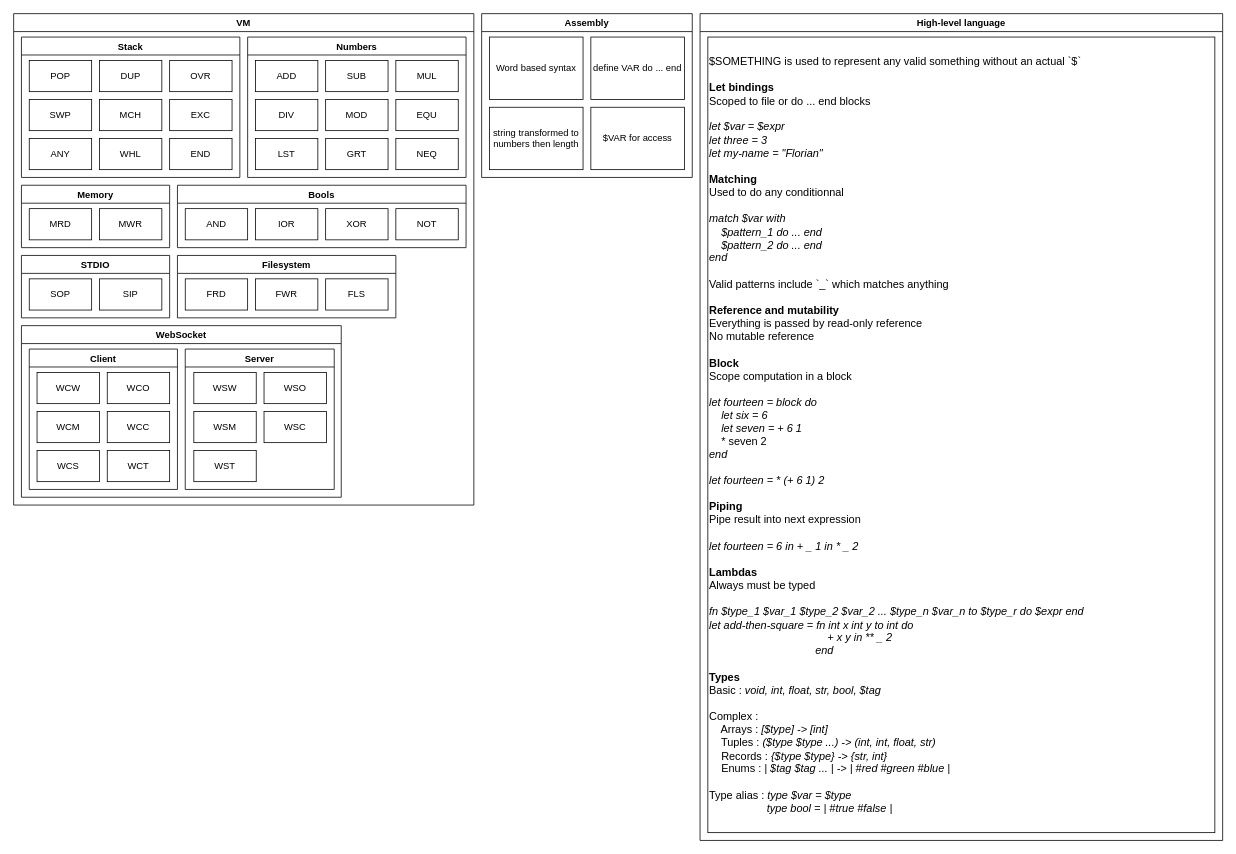
This is doc/florian-os.drawio from florianfmmartin/txa-archive, a draw.io file, before an edit. Source tidied: cells renumbered, new cells numbered last; positions are measured from the earlier drawing's top-left corner, leaving out a move shared by most shapes. Both pictures are drawn from the tidied source at 78%, with x=0, y=0 at pixel (13, 13).
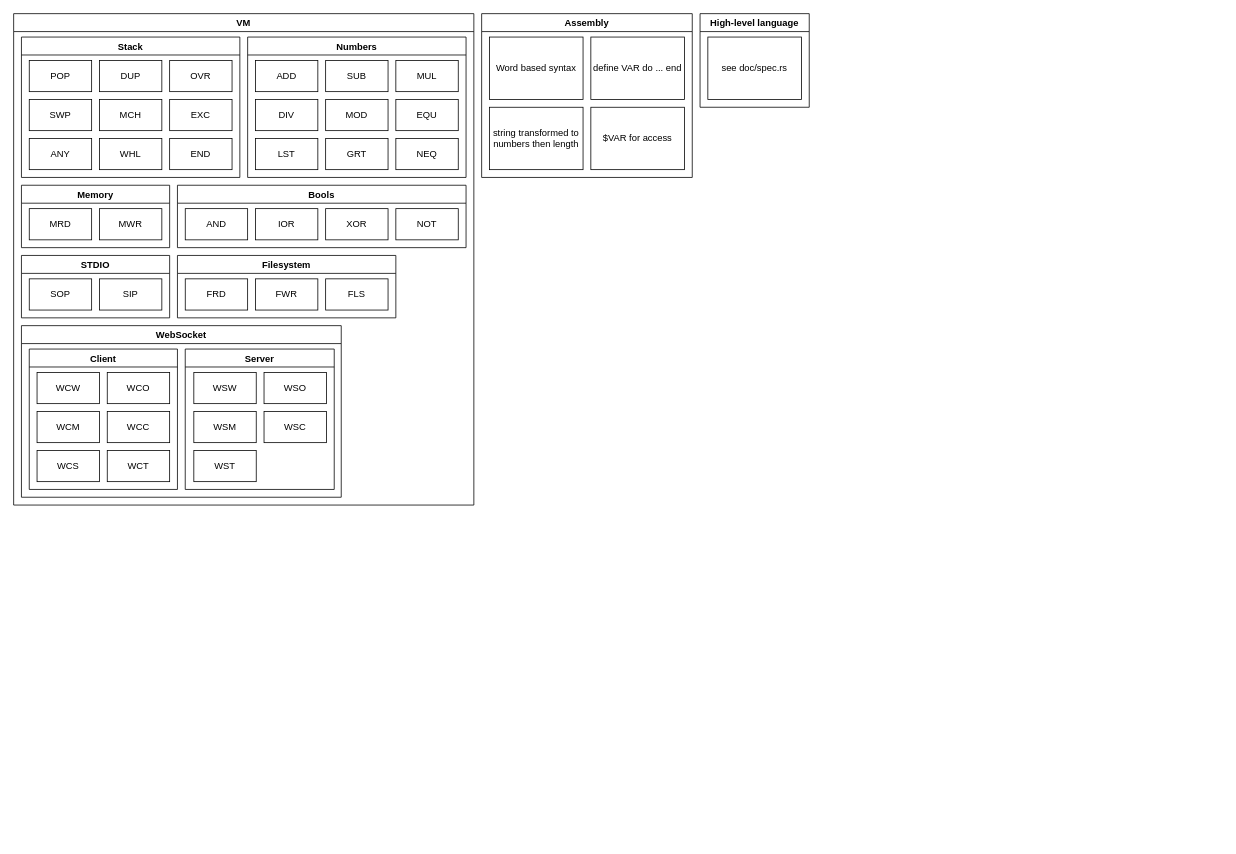
After the change.

The edit, as a diff of the source:
```diff
@@
     <mxCell id="57" value="High-level language" style="swimlane;labelBackgroundColor=none;" parent="1" vertex="1">
-      <mxGeometry x="880" width="670" height="1060" as="geometry" />
+      <mxGeometry x="880" width="140" height="120" as="geometry" />
     </mxCell>
-    <mxCell id="58" value="&lt;div align=&quot;left&quot;&gt;$SOMETHING is used to represent any valid something without an actual `$`&lt;/div&gt;&lt;div align=&quot;left&quot;&gt;&lt;br&gt;&lt;/div&gt;&lt;div align=&quot;left&quot;&gt;&lt;b&gt;Let bindings&lt;/b&gt;&lt;/div&gt;&lt;div align=&quot;left&quot;&gt;Scoped to file or do ... end blocks&lt;/div&gt;&lt;div align=&quot;left&quot;&gt;&lt;br&gt;&lt;/div&gt;&lt;div align=&quot;left&quot;&gt;&lt;i&gt;let $var = $expr&lt;/i&gt;&lt;/div&gt;&lt;div align=&quot;left&quot;&gt;&lt;i&gt;let three = 3&lt;/i&gt;&lt;/div&gt;&lt;div align=&quot;left&quot;&gt;&lt;i&gt;let my-name = &quot;Florian&quot;&lt;/i&gt;&lt;/div&gt;&lt;div align=&quot;left&quot;&gt;&lt;br&gt;&lt;/div&gt;&lt;div align=&quot;left&quot;&gt;&lt;b&gt;Matching&lt;/b&gt;&lt;/div&gt;&lt;div align=&quot;left&quot;&gt;Used to do any conditionnal&lt;/div&gt;&lt;div align=&quot;left&quot;&gt;&lt;br&gt;&lt;/div&gt;&lt;div align=&quot;left&quot;&gt;&lt;i&gt;match $var with&lt;/i&gt;&lt;/div&gt;&lt;div align=&quot;left&quot;&gt;&lt;i&gt;&amp;nbsp;&amp;nbsp;&amp;nbsp; $pattern_1 do ... end&lt;/i&gt;&lt;/div&gt;&lt;div align=&quot;left&quot;&gt;&lt;i&gt;&amp;nbsp;&amp;nbsp;&amp;nbsp; $pattern_2 do ... end&lt;/i&gt;&lt;/div&gt;&lt;div align=&quot;left&quot;&gt;&lt;i&gt;end&lt;/i&gt;&lt;/div&gt;&lt;div align=&quot;left&quot;&gt;&lt;br&gt;&lt;/div&gt;&lt;div align=&quot;left&quot;&gt;Valid patterns include `_` which matches anything&lt;/div&gt;&lt;div align=&quot;left&quot;&gt;&lt;br&gt;&lt;/div&gt;&lt;div align=&quot;left&quot;&gt;&lt;b&gt;Reference and mutability&lt;/b&gt;&lt;/div&gt;&lt;div align=&quot;left&quot;&gt;Everything is passed by read-only reference&lt;/div&gt;&lt;div align=&quot;left&quot;&gt;No mutable reference&lt;/div&gt;&lt;div align=&quot;left&quot;&gt;&lt;br&gt;&lt;/div&gt;&lt;div align=&quot;left&quot;&gt;&lt;b&gt;Block&lt;/b&gt;&lt;/div&gt;&lt;div align=&quot;left&quot;&gt;Scope computation in a block&lt;/div&gt;&lt;div align=&quot;left&quot;&gt;&lt;br&gt;&lt;/div&gt;&lt;div align=&quot;left&quot;&gt;&lt;i&gt;let fourteen = block do&lt;/i&gt;&lt;/div&gt;&lt;div align=&quot;left&quot;&gt;&lt;i&gt;&amp;nbsp;&amp;nbsp;&amp;nbsp; let six = 6&lt;/i&gt;&lt;/div&gt;&lt;div align=&quot;left&quot;&gt;&lt;i&gt;&amp;nbsp;&amp;nbsp;&amp;nbsp; let seven = + 6 1&lt;br&gt;&lt;/i&gt;&lt;/div&gt;&lt;div align=&quot;left&quot;&gt;&lt;i&gt;&amp;nbsp;&amp;nbsp;&amp;nbsp; &lt;/i&gt;* seven 2&lt;/div&gt;&lt;div align=&quot;left&quot;&gt;&lt;i&gt;end&lt;/i&gt;&lt;/div&gt;&lt;div align=&quot;left&quot;&gt;&lt;br&gt;&lt;/div&gt;&lt;div align=&quot;left&quot;&gt;&lt;i&gt;let fourteen = * (+ 6 1) 2&lt;/i&gt;&lt;/div&gt;&lt;div align=&quot;left&quot;&gt;&lt;br&gt;&lt;/div&gt;&lt;div align=&quot;left&quot;&gt;&lt;b&gt;Piping&lt;/b&gt;&lt;/div&gt;&lt;div align=&quot;left&quot;&gt;Pipe result into next expression&lt;/div&gt;&lt;div align=&quot;left&quot;&gt;&lt;br&gt;&lt;/div&gt;&lt;div align=&quot;left&quot;&gt;&lt;i&gt;let fourteen = 6 in + _ 1 in * _ 2&lt;/i&gt;&lt;br&gt; &lt;/div&gt;&lt;div align=&quot;left&quot;&gt;&lt;br&gt;&lt;/div&gt;&lt;div align=&quot;left&quot;&gt;&lt;b&gt;Lambdas&lt;/b&gt;&lt;/div&gt;&lt;div align=&quot;left&quot;&gt;Always must be typed&lt;/div&gt;&lt;div align=&quot;left&quot;&gt;&lt;br&gt;&lt;/div&gt;&lt;div align=&quot;left&quot;&gt;&lt;i&gt;fn $type_1 $var_1 $type_2 $var_2 ... $type_n $var_n to $type_r do $expr end&lt;/i&gt;&lt;/div&gt;&lt;div align=&quot;left&quot;&gt;&lt;i&gt;let add-then-square = fn int x int y to int do&lt;/i&gt;&lt;/div&gt;&lt;div align=&quot;left&quot;&gt;&lt;i&gt;&amp;nbsp;&amp;nbsp; &amp;nbsp;&amp;nbsp;&amp;nbsp;&amp;nbsp;&amp;nbsp;&amp;nbsp;&amp;nbsp;&amp;nbsp;&amp;nbsp;&amp;nbsp;&amp;nbsp;&amp;nbsp;&amp;nbsp;&amp;nbsp;&amp;nbsp;&amp;nbsp;&amp;nbsp;&amp;nbsp;&amp;nbsp;&amp;nbsp;&amp;nbsp;&amp;nbsp;&amp;nbsp;&amp;nbsp;&amp;nbsp;&amp;nbsp;&amp;nbsp;&amp;nbsp;&amp;nbsp;&amp;nbsp;&amp;nbsp;&amp;nbsp;&amp;nbsp;&amp;nbsp;&amp;nbsp; + x y in ** _ 2&lt;/i&gt;&lt;/div&gt;&lt;div align=&quot;left&quot;&gt;&lt;i&gt;&amp;nbsp;&amp;nbsp;&amp;nbsp;&amp;nbsp;&amp;nbsp;&amp;nbsp;&amp;nbsp;&amp;nbsp;&amp;nbsp;&amp;nbsp;&amp;nbsp;&amp;nbsp;&amp;nbsp;&amp;nbsp;&amp;nbsp;&amp;nbsp;&amp;nbsp;&amp;nbsp;&amp;nbsp;&amp;nbsp;&amp;nbsp;&amp;nbsp;&amp;nbsp;&amp;nbsp;&amp;nbsp;&amp;nbsp;&amp;nbsp;&amp;nbsp;&amp;nbsp;&amp;nbsp;&amp;nbsp;&amp;nbsp;&amp;nbsp;&amp;nbsp; end&lt;br&gt;&lt;/i&gt;&lt;/div&gt;&lt;div align=&quot;left&quot;&gt;&lt;i&gt;&lt;br&gt;&lt;/i&gt;&lt;/div&gt;&lt;div align=&quot;left&quot;&gt;&lt;b&gt;Types&lt;/b&gt;&lt;/div&gt;&lt;div align=&quot;left&quot;&gt;Basic : &lt;i&gt;void, int, float, str, bool, $tag&lt;br&gt;&lt;/i&gt;&lt;/div&gt;&lt;div align=&quot;left&quot;&gt;&lt;br&gt;&lt;/div&gt;&lt;div align=&quot;left&quot;&gt;Complex :&lt;/div&gt;&lt;div align=&quot;left&quot;&gt;&amp;nbsp;&amp;nbsp;&amp;nbsp; Arrays : &lt;i&gt;[$type] -&amp;gt; [int]&lt;br&gt;&lt;/i&gt;&lt;/div&gt;&lt;div align=&quot;left&quot;&gt;&amp;nbsp;&amp;nbsp;&amp;nbsp; Tuples : &lt;i&gt;($type $type ...) -&amp;gt; (int, int, float, str)&lt;br&gt;&lt;/i&gt;&lt;/div&gt;&lt;div align=&quot;left&quot;&gt;&amp;nbsp;&amp;nbsp;&amp;nbsp; Records : &lt;i&gt;{$type $type} -&amp;gt; {str, int}&lt;br&gt;&lt;/i&gt;&lt;/div&gt;&lt;div align=&quot;left&quot;&gt;&amp;nbsp;&amp;nbsp;&amp;nbsp; Enums : &lt;i&gt;| $tag $tag ... | -&amp;gt; | #red #green #blue |&lt;br&gt;&lt;/i&gt;&lt;/div&gt;&lt;div align=&quot;left&quot;&gt;&lt;br&gt;&lt;/div&gt;&lt;div align=&quot;left&quot;&gt;&lt;i&gt;&lt;/i&gt;Type alias : &lt;i&gt;type $var = $type&lt;/i&gt;&lt;/div&gt;&lt;div align=&quot;left&quot;&gt;&lt;i&gt;&amp;nbsp;&amp;nbsp;&amp;nbsp;&amp;nbsp;&amp;nbsp;&amp;nbsp;&amp;nbsp;&amp;nbsp;&amp;nbsp;&amp;nbsp;&amp;nbsp;&amp;nbsp;&amp;nbsp;&amp;nbsp;&amp;nbsp;&amp;nbsp;&amp;nbsp;&amp;nbsp; type bool&lt;/i&gt; &lt;i&gt;= | #true #false |&lt;/i&gt;&lt;/div&gt;" style="rounded=0;whiteSpace=wrap;html=1;labelBackgroundColor=default;fontSize=14;fontColor=default;fillColor=default;align=left;" parent="57" vertex="1">
-      <mxGeometry x="10" y="30" width="650" height="1020" as="geometry" />
-    </mxCell>
+    <mxCell id="59" value="see doc/spec.rs" style="rounded=0;whiteSpace=wrap;html=1;" parent="57" vertex="1">
+      <mxGeometry x="10" y="30" width="120" height="80" as="geometry" />
+    </mxCell>
```
